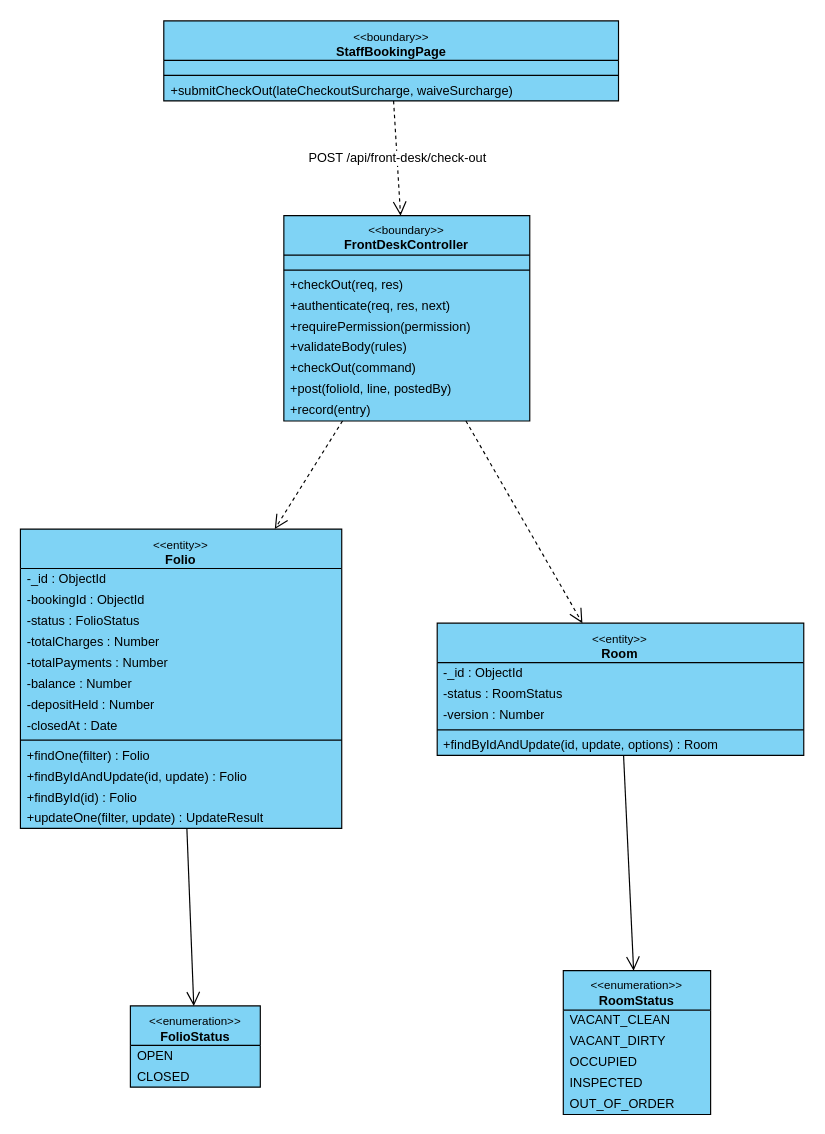
This is final/diagrams/M5_Front-Desk-And-HR_Diagrams/class_diagrams/CD-18_UC-R09_CheckOutGuest.drawio from toikobi401/SWD392, a draw.io file, before an edit. Source tidied: cells renumbered, new cells numbered last; positions are measured from the earlier drawing's top-left corner, leaving out a move shared by most shapes. Both pictures are drawn from the tidied source at 116%, with x=0, y=0 at pixel (20, 20).
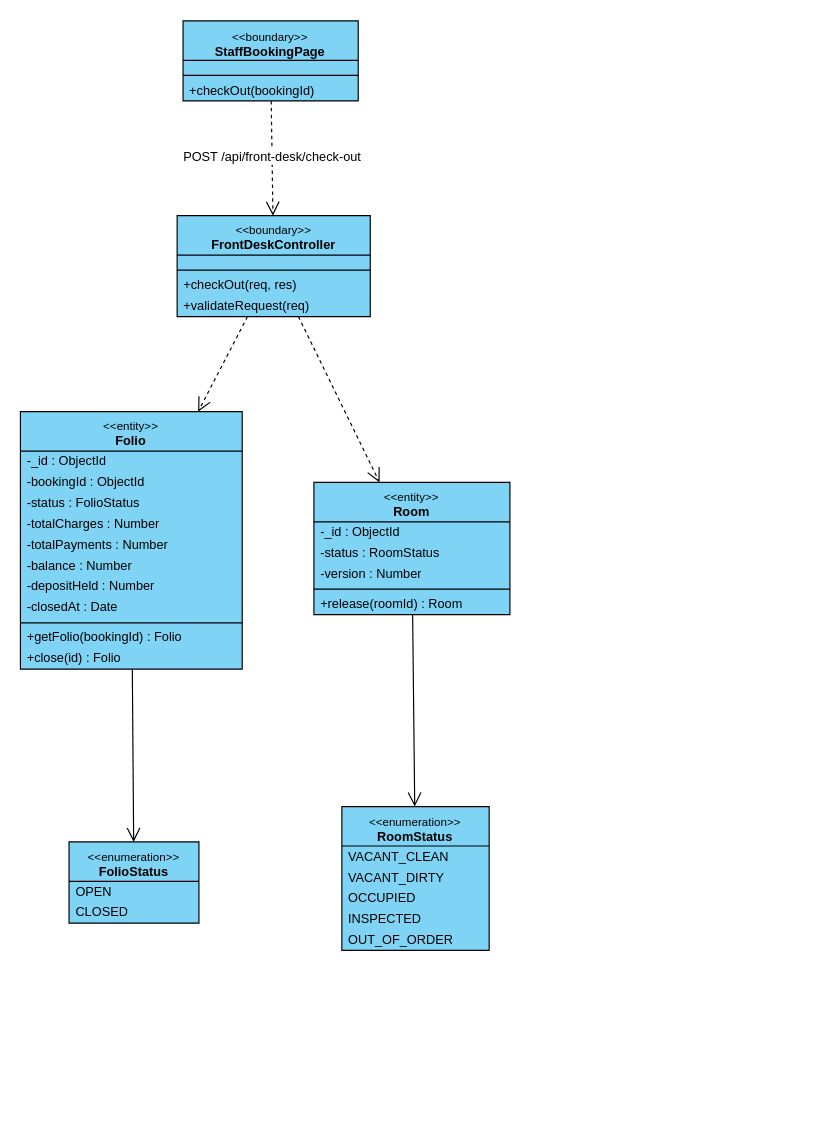
The same diagram, later.

Diff of the diagram source:
```diff
@@
     <mxCell id="2" value="&lt;font style=&quot;font-size:10px&quot;&gt;&amp;lt;&amp;lt;boundary&amp;gt;&amp;gt;&lt;/font&gt;&lt;br&gt;&lt;b&gt;StaffBookingPage&lt;/b&gt;" style="swimlane;fontStyle=0;align=center;verticalAlign=top;horizontal=1;startSize=34;html=1;whiteSpace=wrap;fontSize=11;fillColor=#7fd3f5;swimlaneFillColor=#7fd3f5;strokeColor=#000000;" parent="1" vertex="1">
-      <mxGeometry x="123.7" y="0.5" width="392" height="69" as="geometry" />
+      <mxGeometry x="140.3" y="0.5" width="151" height="69" as="geometry" />
     </mxCell>
     <mxCell id="3" style="text;strokeColor=none;fillColor=none;html=1;" parent="2" vertex="1">
-      <mxGeometry y="34" width="392" height="9" as="geometry" />
+      <mxGeometry y="34" width="151" height="9" as="geometry" />
     </mxCell>
     <mxCell id="4" style="line;strokeWidth=1;fillColor=none;align=left;verticalAlign=middle;spacingTop=-1;spacingLeft=3;spacingRight=3;labelPosition=right;strokeColor=#000000;" parent="2" vertex="1">
-      <mxGeometry y="43" width="392" height="8" as="geometry" />
+      <mxGeometry y="43" width="151" height="8" as="geometry" />
     </mxCell>
-    <mxCell id="5" value="+submitCheckOut(lateCheckoutSurcharge, waiveSurcharge)" style="text;strokeColor=none;fillColor=none;align=left;verticalAlign=middle;spacingLeft=4;spacingRight=4;overflow=hidden;whiteSpace=nowrap;html=1;fontSize=11;" parent="2" vertex="1">
-      <mxGeometry y="51" width="392" height="18" as="geometry" />
+    <mxCell id="5" value="+checkOut(bookingId)" style="text;strokeColor=none;fillColor=none;align=left;verticalAlign=middle;spacingLeft=4;spacingRight=4;overflow=hidden;whiteSpace=nowrap;html=1;fontSize=11;" parent="2" vertex="1">
+      <mxGeometry y="51" width="151" height="18" as="geometry" />
     </mxCell>
     <mxCell id="6" value="&lt;font style=&quot;font-size:10px&quot;&gt;&amp;lt;&amp;lt;boundary&amp;gt;&amp;gt;&lt;/font&gt;&lt;br&gt;&lt;b&gt;FrontDeskController&lt;/b&gt;" style="swimlane;fontStyle=0;align=center;verticalAlign=top;horizontal=1;startSize=34;html=1;whiteSpace=wrap;fontSize=11;fillColor=#7fd3f5;swimlaneFillColor=#7fd3f5;strokeColor=#000000;" parent="1" vertex="1">
-      <mxGeometry x="227.2" y="168.4" width="212" height="177" as="geometry" />
+      <mxGeometry x="135.2" y="168.4" width="166.5" height="87" as="geometry" />
     </mxCell>
     <mxCell id="7" style="text;strokeColor=none;fillColor=none;html=1;" parent="6" vertex="1">
-      <mxGeometry y="34" width="212" height="9" as="geometry" />
+      <mxGeometry y="34" width="166.5" height="9" as="geometry" />
     </mxCell>
     <mxCell id="8" style="line;strokeWidth=1;fillColor=none;align=left;verticalAlign=middle;spacingTop=-1;spacingLeft=3;spacingRight=3;labelPosition=right;strokeColor=#000000;" parent="6" vertex="1">
-      <mxGeometry y="43" width="212" height="8" as="geometry" />
+      <mxGeometry y="43" width="166.5" height="8" as="geometry" />
     </mxCell>
     <mxCell id="9" value="+checkOut(req, res)" style="text;strokeColor=none;fillColor=none;align=left;verticalAlign=middle;spacingLeft=4;spacingRight=4;overflow=hidden;whiteSpace=nowrap;html=1;fontSize=11;" parent="6" vertex="1">
-      <mxGeometry y="51" width="212" height="18" as="geometry" />
+      <mxGeometry y="51" width="166.5" height="18" as="geometry" />
     </mxCell>
-    <mxCell id="10" value="+authenticate(req, res, next)" style="text;strokeColor=none;fillColor=none;align=left;verticalAlign=middle;spacingLeft=4;spacingRight=4;overflow=hidden;whiteSpace=nowrap;html=1;fontSize=11;" parent="6" vertex="1">
-      <mxGeometry y="69" width="212" height="18" as="geometry" />
+    <mxCell id="10" value="+validateRequest(req)" style="text;strokeColor=none;fillColor=none;align=left;verticalAlign=middle;spacingLeft=4;spacingRight=4;overflow=hidden;whiteSpace=nowrap;html=1;fontSize=11;" parent="6" vertex="1">
+      <mxGeometry y="69" width="166.5" height="18" as="geometry" />
     </mxCell>
-    <mxCell id="11" value="+requirePermission(permission)" style="text;strokeColor=none;fillColor=none;align=left;verticalAlign=middle;spacingLeft=4;spacingRight=4;overflow=hidden;whiteSpace=nowrap;html=1;fontSize=11;" parent="6" vertex="1">
-      <mxGeometry y="87" width="212" height="18" as="geometry" />
-    </mxCell>
-    <mxCell id="12" value="+validateBody(rules)" style="text;strokeColor=none;fillColor=none;align=left;verticalAlign=middle;spacingLeft=4;spacingRight=4;overflow=hidden;whiteSpace=nowrap;html=1;fontSize=11;" parent="6" vertex="1">
-      <mxGeometry y="105" width="212" height="18" as="geometry" />
-    </mxCell>
-    <mxCell id="13" value="+checkOut(command)" style="text;strokeColor=none;fillColor=none;align=left;verticalAlign=middle;spacingLeft=4;spacingRight=4;overflow=hidden;whiteSpace=nowrap;html=1;fontSize=11;" parent="6" vertex="1">
-      <mxGeometry y="123" width="212" height="18" as="geometry" />
-    </mxCell>
-    <mxCell id="14" value="+post(folioId, line, postedBy)" style="text;strokeColor=none;fillColor=none;align=left;verticalAlign=middle;spacingLeft=4;spacingRight=4;overflow=hidden;whiteSpace=nowrap;html=1;fontSize=11;" parent="6" vertex="1">
-      <mxGeometry y="141" width="212" height="18" as="geometry" />
-    </mxCell>
-    <mxCell id="15" value="+record(entry)" style="text;strokeColor=none;fillColor=none;align=left;verticalAlign=middle;spacingLeft=4;spacingRight=4;overflow=hidden;whiteSpace=nowrap;html=1;fontSize=11;" parent="6" vertex="1">
-      <mxGeometry y="159" width="212" height="18" as="geometry" />
-    </mxCell>
     <mxCell id="16" value="&lt;font style=&quot;font-size:10px&quot;&gt;&amp;lt;&amp;lt;entity&amp;gt;&amp;gt;&lt;/font&gt;&lt;br&gt;&lt;b&gt;Folio&lt;/b&gt;" style="swimlane;fontStyle=0;align=center;verticalAlign=top;horizontal=1;startSize=34;html=1;whiteSpace=wrap;fontSize=11;fillColor=#7fd3f5;swimlaneFillColor=#7fd3f5;strokeColor=#000000;" parent="1" vertex="1">
-      <mxGeometry x="0.1" y="438.6" width="277" height="258" as="geometry" />
+      <mxGeometry x="0.1" y="337.4" width="191.2" height="222" as="geometry" />
     </mxCell>
     <mxCell id="17" value="-_id : ObjectId" style="text;strokeColor=none;fillColor=none;align=left;verticalAlign=middle;spacingLeft=4;spacingRight=4;overflow=hidden;whiteSpace=nowrap;html=1;fontSize=11;" parent="16" vertex="1">
-      <mxGeometry y="34" width="277" height="18" as="geometry" />
+      <mxGeometry y="34" width="191.2" height="18" as="geometry" />
     </mxCell>
     <mxCell id="18" value="-bookingId : ObjectId" style="text;strokeColor=none;fillColor=none;align=left;verticalAlign=middle;spacingLeft=4;spacingRight=4;overflow=hidden;whiteSpace=nowrap;html=1;fontSize=11;" parent="16" vertex="1">
-      <mxGeometry y="52" width="277" height="18" as="geometry" />
+      <mxGeometry y="52" width="191.2" height="18" as="geometry" />
     </mxCell>
     <mxCell id="19" value="-status : FolioStatus" style="text;strokeColor=none;fillColor=none;align=left;verticalAlign=middle;spacingLeft=4;spacingRight=4;overflow=hidden;whiteSpace=nowrap;html=1;fontSize=11;" parent="16" vertex="1">
-      <mxGeometry y="70" width="277" height="18" as="geometry" />
+      <mxGeometry y="70" width="191.2" height="18" as="geometry" />
     </mxCell>
     <mxCell id="20" value="-totalCharges : Number" style="text;strokeColor=none;fillColor=none;align=left;verticalAlign=middle;spacingLeft=4;spacingRight=4;overflow=hidden;whiteSpace=nowrap;html=1;fontSize=11;" parent="16" vertex="1">
-      <mxGeometry y="88" width="277" height="18" as="geometry" />
+      <mxGeometry y="88" width="191.2" height="18" as="geometry" />
     </mxCell>
     <mxCell id="21" value="-totalPayments : Number" style="text;strokeColor=none;fillColor=none;align=left;verticalAlign=middle;spacingLeft=4;spacingRight=4;overflow=hidden;whiteSpace=nowrap;html=1;fontSize=11;" parent="16" vertex="1">
-      <mxGeometry y="106" width="277" height="18" as="geometry" />
+      <mxGeometry y="106" width="191.2" height="18" as="geometry" />
     </mxCell>
     <mxCell id="22" value="-balance : Number" style="text;strokeColor=none;fillColor=none;align=left;verticalAlign=middle;spacingLeft=4;spacingRight=4;overflow=hidden;whiteSpace=nowrap;html=1;fontSize=11;" parent="16" vertex="1">
-      <mxGeometry y="124" width="277" height="18" as="geometry" />
+      <mxGeometry y="124" width="191.2" height="18" as="geometry" />
     </mxCell>
     <mxCell id="23" value="-depositHeld : Number" style="text;strokeColor=none;fillColor=none;align=left;verticalAlign=middle;spacingLeft=4;spacingRight=4;overflow=hidden;whiteSpace=nowrap;html=1;fontSize=11;" parent="16" vertex="1">
-      <mxGeometry y="142" width="277" height="18" as="geometry" />
+      <mxGeometry y="142" width="191.2" height="18" as="geometry" />
     </mxCell>
     <mxCell id="24" value="-closedAt : Date" style="text;strokeColor=none;fillColor=none;align=left;verticalAlign=middle;spacingLeft=4;spacingRight=4;overflow=hidden;whiteSpace=nowrap;html=1;fontSize=11;" parent="16" vertex="1">
-      <mxGeometry y="160" width="277" height="18" as="geometry" />
+      <mxGeometry y="160" width="191.2" height="18" as="geometry" />
     </mxCell>
     <mxCell id="25" style="line;strokeWidth=1;fillColor=none;align=left;verticalAlign=middle;spacingTop=-1;spacingLeft=3;spacingRight=3;labelPosition=right;strokeColor=#000000;" parent="16" vertex="1">
-      <mxGeometry y="178" width="277" height="8" as="geometry" />
+      <mxGeometry y="178" width="191.2" height="8" as="geometry" />
     </mxCell>
-    <mxCell id="26" value="+findOne(filter) : Folio" style="text;strokeColor=none;fillColor=none;align=left;verticalAlign=middle;spacingLeft=4;spacingRight=4;overflow=hidden;whiteSpace=nowrap;html=1;fontSize=11;" parent="16" vertex="1">
-      <mxGeometry y="186" width="277" height="18" as="geometry" />
+    <mxCell id="26" value="+getFolio(bookingId) : Folio" style="text;strokeColor=none;fillColor=none;align=left;verticalAlign=middle;spacingLeft=4;spacingRight=4;overflow=hidden;whiteSpace=nowrap;html=1;fontSize=11;" parent="16" vertex="1">
+      <mxGeometry y="186" width="191.2" height="18" as="geometry" />
     </mxCell>
-    <mxCell id="27" value="+findByIdAndUpdate(id, update) : Folio" style="text;strokeColor=none;fillColor=none;align=left;verticalAlign=middle;spacingLeft=4;spacingRight=4;overflow=hidden;whiteSpace=nowrap;html=1;fontSize=11;" parent="16" vertex="1">
-      <mxGeometry y="204" width="277" height="18" as="geometry" />
+    <mxCell id="27" value="+close(id) : Folio" style="text;strokeColor=none;fillColor=none;align=left;verticalAlign=middle;spacingLeft=4;spacingRight=4;overflow=hidden;whiteSpace=nowrap;html=1;fontSize=11;" parent="16" vertex="1">
+      <mxGeometry y="204" width="191.2" height="18" as="geometry" />
     </mxCell>
-    <mxCell id="28" value="+findById(id) : Folio" style="text;strokeColor=none;fillColor=none;align=left;verticalAlign=middle;spacingLeft=4;spacingRight=4;overflow=hidden;whiteSpace=nowrap;html=1;fontSize=11;" parent="16" vertex="1">
-      <mxGeometry y="222" width="277" height="18" as="geometry" />
-    </mxCell>
-    <mxCell id="29" value="+updateOne(filter, update) : UpdateResult" style="text;strokeColor=none;fillColor=none;align=left;verticalAlign=middle;spacingLeft=4;spacingRight=4;overflow=hidden;whiteSpace=nowrap;html=1;fontSize=11;" parent="16" vertex="1">
-      <mxGeometry y="240" width="277" height="18" as="geometry" />
-    </mxCell>
     <mxCell id="30" value="&lt;font style=&quot;font-size:10px&quot;&gt;&amp;lt;&amp;lt;entity&amp;gt;&amp;gt;&lt;/font&gt;&lt;br&gt;&lt;b&gt;Room&lt;/b&gt;" style="swimlane;fontStyle=0;align=center;verticalAlign=top;horizontal=1;startSize=34;html=1;whiteSpace=wrap;fontSize=11;fillColor=#7fd3f5;swimlaneFillColor=#7fd3f5;strokeColor=#000000;" parent="1" vertex="1">
-      <mxGeometry x="359.4" y="519.7" width="316" height="114" as="geometry" />
+      <mxGeometry x="253.1" y="398.4" width="169" height="114" as="geometry" />
     </mxCell>
     <mxCell id="31" value="-_id : ObjectId" style="text;strokeColor=none;fillColor=none;align=left;verticalAlign=middle;spacingLeft=4;spacingRight=4;overflow=hidden;whiteSpace=nowrap;html=1;fontSize=11;" parent="30" vertex="1">
-      <mxGeometry y="34" width="316" height="18" as="geometry" />
+      <mxGeometry y="34" width="169" height="18" as="geometry" />
     </mxCell>
     <mxCell id="32" value="-status : RoomStatus" style="text;strokeColor=none;fillColor=none;align=left;verticalAlign=middle;spacingLeft=4;spacingRight=4;overflow=hidden;whiteSpace=nowrap;html=1;fontSize=11;" parent="30" vertex="1">
-      <mxGeometry y="52" width="316" height="18" as="geometry" />
+      <mxGeometry y="52" width="169" height="18" as="geometry" />
     </mxCell>
     <mxCell id="33" value="-version : Number" style="text;strokeColor=none;fillColor=none;align=left;verticalAlign=middle;spacingLeft=4;spacingRight=4;overflow=hidden;whiteSpace=nowrap;html=1;fontSize=11;" parent="30" vertex="1">
-      <mxGeometry y="70" width="316" height="18" as="geometry" />
+      <mxGeometry y="70" width="169" height="18" as="geometry" />
     </mxCell>
     <mxCell id="34" style="line;strokeWidth=1;fillColor=none;align=left;verticalAlign=middle;spacingTop=-1;spacingLeft=3;spacingRight=3;labelPosition=right;strokeColor=#000000;" parent="30" vertex="1">
-      <mxGeometry y="88" width="316" height="8" as="geometry" />
+      <mxGeometry y="88" width="169" height="8" as="geometry" />
     </mxCell>
-    <mxCell id="35" value="+findByIdAndUpdate(id, update, options) : Room" style="text;strokeColor=none;fillColor=none;align=left;verticalAlign=middle;spacingLeft=4;spacingRight=4;overflow=hidden;whiteSpace=nowrap;html=1;fontSize=11;" parent="30" vertex="1">
-      <mxGeometry y="96" width="316" height="18" as="geometry" />
+    <mxCell id="35" value="+release(roomId) : Room" style="text;strokeColor=none;fillColor=none;align=left;verticalAlign=middle;spacingLeft=4;spacingRight=4;overflow=hidden;whiteSpace=nowrap;html=1;fontSize=11;" parent="30" vertex="1">
+      <mxGeometry y="96" width="169" height="18" as="geometry" />
     </mxCell>
     <mxCell id="36" value="&lt;font style=&quot;font-size:10px&quot;&gt;&amp;lt;&amp;lt;enumeration&amp;gt;&amp;gt;&lt;/font&gt;&lt;br&gt;&lt;b&gt;FolioStatus&lt;/b&gt;" style="swimlane;fontStyle=0;align=center;verticalAlign=top;horizontal=1;startSize=34;html=1;whiteSpace=wrap;fontSize=11;fillColor=#7fd3f5;swimlaneFillColor=#7fd3f5;strokeColor=#000000;" parent="1" vertex="1">
-      <mxGeometry x="94.9" y="849.7" width="112" height="70" as="geometry" />
+      <mxGeometry x="42" y="708.3" width="112" height="70" as="geometry" />
     </mxCell>
@@
     <mxCell id="39" value="&lt;font style=&quot;font-size:10px&quot;&gt;&amp;lt;&amp;lt;enumeration&amp;gt;&amp;gt;&lt;/font&gt;&lt;br&gt;&lt;b&gt;RoomStatus&lt;/b&gt;" style="swimlane;fontStyle=0;align=center;verticalAlign=top;horizontal=1;startSize=34;html=1;whiteSpace=wrap;fontSize=11;fillColor=#7fd3f5;swimlaneFillColor=#7fd3f5;strokeColor=#000000;" parent="1" vertex="1">
-      <mxGeometry x="468.1" y="819.3" width="127" height="124" as="geometry" />
+      <mxGeometry x="277.2" y="677.8" width="127" height="124" as="geometry" />
     </mxCell>
```
